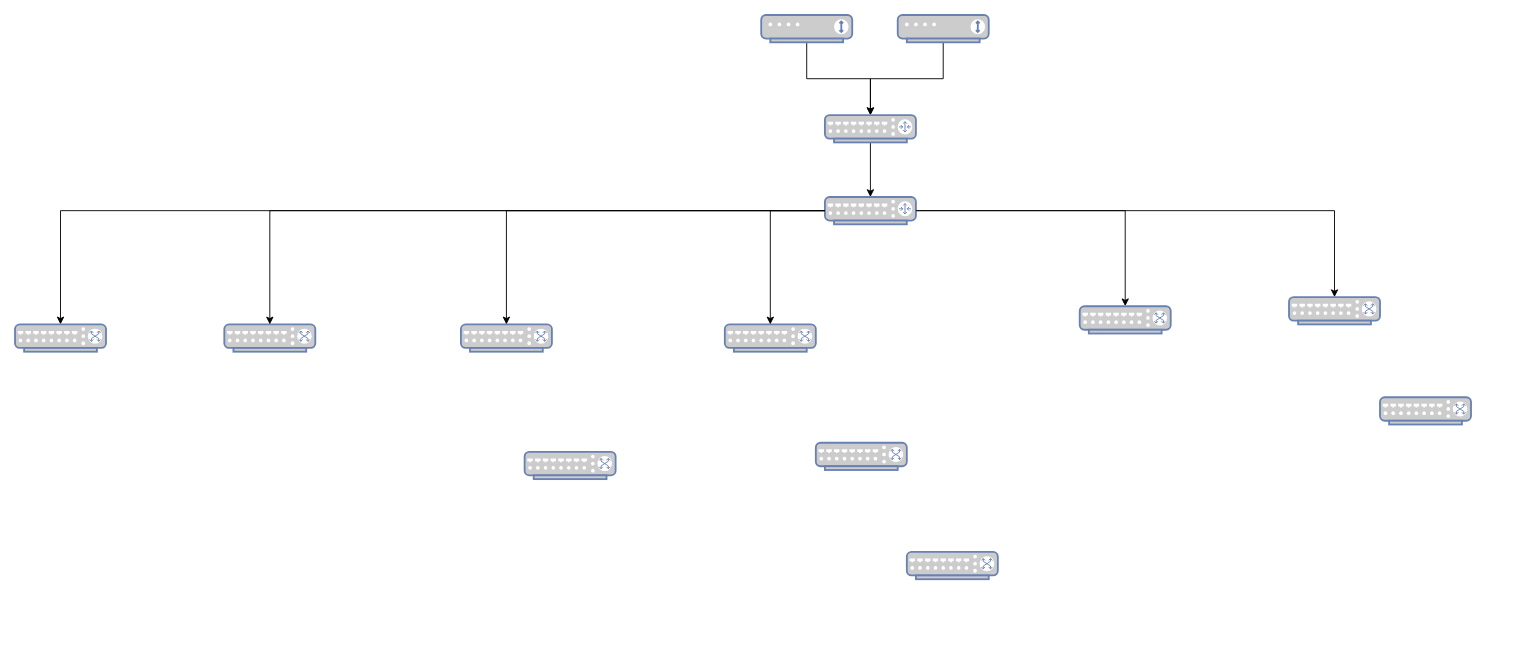
Rizkyhnkw/diagram keeps this draw.io diagram as tes.drawio. Above is the earlier version. Source tidied: cells renumbered, new cells numbered last; positions are measured from the earlier drawing's top-left corner, leaving out a move shared by most shapes. Both pictures are drawn from the tidied source at 91%, with x=0, y=0 at pixel (15, 15).
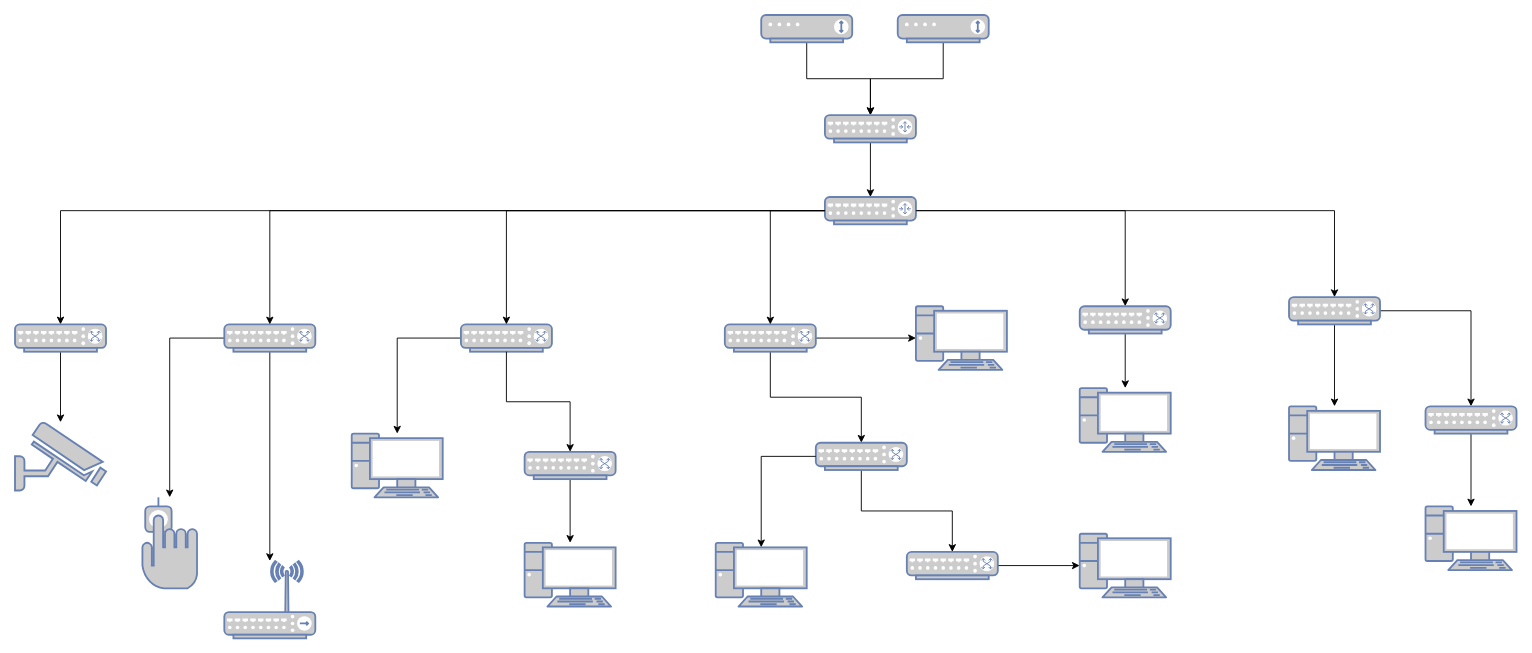
Above is the later version.

Unchanged cells that the change refers to:
```xml
<mxCell id="8" style="fontColor=#0066CC;verticalAlign=top;verticalLabelPosition=bottom;labelPosition=center;align=center;html=1;outlineConnect=0;fillColor=#CCCCCC;strokeColor=#6881B3;gradientColor=none;gradientDirection=north;strokeWidth=2;shape=mxgraph.networks.switch;" parent="1" vertex="1">
  <mxGeometry x="980" y="590" width="100" height="30" as="geometry" />
</mxCell>
<mxCell id="12" style="fontColor=#0066CC;verticalAlign=top;verticalLabelPosition=bottom;labelPosition=center;align=center;html=1;outlineConnect=0;fillColor=#CCCCCC;strokeColor=#6881B3;gradientColor=none;gradientDirection=north;strokeWidth=2;shape=mxgraph.networks.switch;" parent="1" vertex="1">
  <mxGeometry x="1400" y="310" width="100" height="30" as="geometry" />
</mxCell>
<mxCell id="13" style="fontColor=#0066CC;verticalAlign=top;verticalLabelPosition=bottom;labelPosition=center;align=center;html=1;outlineConnect=0;fillColor=#CCCCCC;strokeColor=#6881B3;gradientColor=none;gradientDirection=north;strokeWidth=2;shape=mxgraph.networks.switch;" parent="1" vertex="1">
  <mxGeometry y="340" width="100" height="30" as="geometry" />
</mxCell>
<mxCell id="14" style="fontColor=#0066CC;verticalAlign=top;verticalLabelPosition=bottom;labelPosition=center;align=center;html=1;outlineConnect=0;fillColor=#CCCCCC;strokeColor=#6881B3;gradientColor=none;gradientDirection=north;strokeWidth=2;shape=mxgraph.networks.switch;" parent="1" vertex="1">
  <mxGeometry x="780" y="340" width="100" height="30" as="geometry" />
</mxCell>
<mxCell id="15" style="fontColor=#0066CC;verticalAlign=top;verticalLabelPosition=bottom;labelPosition=center;align=center;html=1;outlineConnect=0;fillColor=#CCCCCC;strokeColor=#6881B3;gradientColor=none;gradientDirection=north;strokeWidth=2;shape=mxgraph.networks.switch;" parent="1" vertex="1">
  <mxGeometry x="1170" y="320" width="100" height="30" as="geometry" />
</mxCell>
<mxCell id="16" style="fontColor=#0066CC;verticalAlign=top;verticalLabelPosition=bottom;labelPosition=center;align=center;html=1;outlineConnect=0;fillColor=#CCCCCC;strokeColor=#6881B3;gradientColor=none;gradientDirection=north;strokeWidth=2;shape=mxgraph.networks.switch;" parent="1" vertex="1">
  <mxGeometry x="490" y="340" width="100" height="30" as="geometry" />
</mxCell>
<mxCell id="17" style="fontColor=#0066CC;verticalAlign=top;verticalLabelPosition=bottom;labelPosition=center;align=center;html=1;outlineConnect=0;fillColor=#CCCCCC;strokeColor=#6881B3;gradientColor=none;gradientDirection=north;strokeWidth=2;shape=mxgraph.networks.switch;" parent="1" vertex="1">
  <mxGeometry x="880" y="470" width="100" height="30" as="geometry" />
</mxCell>
<mxCell id="19" style="fontColor=#0066CC;verticalAlign=top;verticalLabelPosition=bottom;labelPosition=center;align=center;html=1;outlineConnect=0;fillColor=#CCCCCC;strokeColor=#6881B3;gradientColor=none;gradientDirection=north;strokeWidth=2;shape=mxgraph.networks.switch;" parent="1" vertex="1">
  <mxGeometry x="560" y="480" width="100" height="30" as="geometry" />
</mxCell>
<mxCell id="20" style="fontColor=#0066CC;verticalAlign=top;verticalLabelPosition=bottom;labelPosition=center;align=center;html=1;outlineConnect=0;fillColor=#CCCCCC;strokeColor=#6881B3;gradientColor=none;gradientDirection=north;strokeWidth=2;shape=mxgraph.networks.switch;" parent="1" vertex="1">
  <mxGeometry x="230" y="340" width="100" height="30" as="geometry" />
</mxCell>
```

What changed in the source:
```diff
@@
+    <mxCell id="25" style="edgeStyle=orthogonalEdgeStyle;rounded=0;jettySize=auto;html=1;" parent="1" edge="1" source="8" target="44">
+      <mxGeometry relative="1" as="geometry" />
+    </mxCell>
@@
+    <mxCell id="26" style="edgeStyle=orthogonalEdgeStyle;rounded=0;jettySize=auto;html=1;" parent="1" edge="1" source="12" target="46">
+      <mxGeometry relative="1" as="geometry" />
+    </mxCell>
+    <mxCell id="27" style="edgeStyle=orthogonalEdgeStyle;rounded=0;jettySize=auto;html=1;" parent="1" edge="1" source="12" target="18">
+      <mxGeometry relative="1" as="geometry" />
+    </mxCell>
@@
+    <mxCell id="28" style="edgeStyle=orthogonalEdgeStyle;rounded=0;jettySize=auto;html=1;" parent="1" edge="1" source="13" target="48">
+      <mxGeometry relative="1" as="geometry" />
+    </mxCell>
@@
+    <mxCell id="29" style="edgeStyle=orthogonalEdgeStyle;rounded=0;jettySize=auto;html=1;" parent="1" edge="1" source="14" target="41">
+      <mxGeometry relative="1" as="geometry" />
+    </mxCell>
+    <mxCell id="30" style="edgeStyle=orthogonalEdgeStyle;rounded=0;jettySize=auto;html=1;" parent="1" edge="1" source="14" target="17">
+      <mxGeometry relative="1" as="geometry" />
+    </mxCell>
@@
+    <mxCell id="31" style="edgeStyle=orthogonalEdgeStyle;rounded=0;jettySize=auto;html=1;" parent="1" edge="1" source="15" target="45">
+      <mxGeometry relative="1" as="geometry" />
+    </mxCell>
@@
+    <mxCell id="32" style="edgeStyle=orthogonalEdgeStyle;rounded=0;jettySize=auto;html=1;" parent="1" edge="1" source="16" target="38">
+      <mxGeometry relative="1" as="geometry" />
+    </mxCell>
@@
+    <mxCell id="33" style="edgeStyle=orthogonalEdgeStyle;rounded=0;jettySize=auto;html=1;" parent="1" edge="1" source="17" target="8">
+      <mxGeometry relative="1" as="geometry" />
+    </mxCell>
@@
+    <mxCell id="34" style="edgeStyle=orthogonalEdgeStyle;rounded=0;jettySize=auto;html=1;" parent="1" edge="1" source="18" target="47">
+      <mxGeometry relative="1" as="geometry" />
+    </mxCell>
     <mxCell id="18" style="fontColor=#0066CC;verticalAlign=top;verticalLabelPosition=bottom;labelPosition=center;align=center;html=1;outlineConnect=0;fillColor=#CCCCCC;strokeColor=#6881B3;gradientColor=none;gradientDirection=north;strokeWidth=2;shape=mxgraph.networks.switch;" parent="1" vertex="1">
-      <mxGeometry x="1500" y="420" width="100" height="30" as="geometry" />
+      <mxGeometry x="1550" y="430" width="100" height="30" as="geometry" />
     </mxCell>
+    <mxCell id="35" style="edgeStyle=orthogonalEdgeStyle;rounded=0;jettySize=auto;html=1;" parent="1" edge="1" source="19" target="40">
+      <mxGeometry relative="1" as="geometry" />
+    </mxCell>
@@
+    <mxCell id="36" style="edgeStyle=orthogonalEdgeStyle;rounded=0;jettySize=auto;html=1;" parent="1" edge="1" source="20" target="49">
+      <mxGeometry relative="1" as="geometry" />
+    </mxCell>
+    <mxCell id="37" style="edgeStyle=orthogonalEdgeStyle;rounded=0;jettySize=auto;html=1;" parent="1" edge="1" source="20" target="50">
+      <mxGeometry relative="1" as="geometry" />
+    </mxCell>
@@
+    <mxCell id="38" style="fontColor=#0066CC;verticalAlign=top;verticalLabelPosition=bottom;labelPosition=center;align=center;html=1;outlineConnect=0;fillColor=#CCCCCC;strokeColor=#6881B3;gradientColor=none;gradientDirection=north;strokeWidth=2;shape=mxgraph.networks.pc;" parent="1" vertex="1">
+      <mxGeometry x="370" y="460" width="100" height="70" as="geometry" />
+    </mxCell>
+    <mxCell id="39" style="edgeStyle=orthogonalEdgeStyle;rounded=0;jettySize=auto;html=1;entryX=0.5;entryY=0;entryDx=0;entryDy=0;entryPerimeter=0;" parent="1" edge="1" source="16" target="19">
+      <mxGeometry relative="1" as="geometry" />
+    </mxCell>
+    <mxCell id="40" style="fontColor=#0066CC;verticalAlign=top;verticalLabelPosition=bottom;labelPosition=center;align=center;html=1;outlineConnect=0;fillColor=#CCCCCC;strokeColor=#6881B3;gradientColor=none;gradientDirection=north;strokeWidth=2;shape=mxgraph.networks.pc;" parent="1" vertex="1">
+      <mxGeometry x="560" y="580" width="100" height="70" as="geometry" />
+    </mxCell>
+    <mxCell id="41" style="fontColor=#0066CC;verticalAlign=top;verticalLabelPosition=bottom;labelPosition=center;align=center;html=1;outlineConnect=0;fillColor=#CCCCCC;strokeColor=#6881B3;gradientColor=none;gradientDirection=north;strokeWidth=2;shape=mxgraph.networks.pc;" parent="1" vertex="1">
+      <mxGeometry x="990" y="320" width="100" height="70" as="geometry" />
+    </mxCell>
+    <mxCell id="42" style="fontColor=#0066CC;verticalAlign=top;verticalLabelPosition=bottom;labelPosition=center;align=center;html=1;outlineConnect=0;fillColor=#CCCCCC;strokeColor=#6881B3;gradientColor=none;gradientDirection=north;strokeWidth=2;shape=mxgraph.networks.pc;" parent="1" vertex="1">
+      <mxGeometry x="770" y="580" width="100" height="70" as="geometry" />
+    </mxCell>
+    <mxCell id="43" style="edgeStyle=orthogonalEdgeStyle;rounded=0;jettySize=auto;html=1;entryX=0.5;entryY=0.07;entryDx=0;entryDy=0;entryPerimeter=0;" parent="1" edge="1" source="17" target="42">
+      <mxGeometry relative="1" as="geometry" />
+    </mxCell>
+    <mxCell id="44" style="fontColor=#0066CC;verticalAlign=top;verticalLabelPosition=bottom;labelPosition=center;align=center;html=1;outlineConnect=0;fillColor=#CCCCCC;strokeColor=#6881B3;gradientColor=none;gradientDirection=north;strokeWidth=2;shape=mxgraph.networks.pc;" parent="1" vertex="1">
+      <mxGeometry x="1170" y="570" width="100" height="70" as="geometry" />
+    </mxCell>
+    <mxCell id="45" style="fontColor=#0066CC;verticalAlign=top;verticalLabelPosition=bottom;labelPosition=center;align=center;html=1;outlineConnect=0;fillColor=#CCCCCC;strokeColor=#6881B3;gradientColor=none;gradientDirection=north;strokeWidth=2;shape=mxgraph.networks.pc;" parent="1" vertex="1">
+      <mxGeometry x="1170" y="410" width="100" height="70" as="geometry" />
+    </mxCell>
+    <mxCell id="46" style="fontColor=#0066CC;verticalAlign=top;verticalLabelPosition=bottom;labelPosition=center;align=center;html=1;outlineConnect=0;fillColor=#CCCCCC;strokeColor=#6881B3;gradientColor=none;gradientDirection=north;strokeWidth=2;shape=mxgraph.networks.pc;" parent="1" vertex="1">
+      <mxGeometry x="1400" y="430" width="100" height="70" as="geometry" />
+    </mxCell>
+    <mxCell id="47" style="fontColor=#0066CC;verticalAlign=top;verticalLabelPosition=bottom;labelPosition=center;align=center;html=1;outlineConnect=0;fillColor=#CCCCCC;strokeColor=#6881B3;gradientColor=none;gradientDirection=north;strokeWidth=2;shape=mxgraph.networks.pc;" parent="1" vertex="1">
+      <mxGeometry x="1550" y="540" width="100" height="70" as="geometry" />
+    </mxCell>
+    <mxCell id="48" style="fontColor=#0066CC;verticalAlign=top;verticalLabelPosition=bottom;labelPosition=center;align=center;html=1;outlineConnect=0;fillColor=#CCCCCC;strokeColor=#6881B3;gradientColor=none;gradientDirection=north;strokeWidth=2;shape=mxgraph.networks.security_camera;" parent="1" vertex="1">
+      <mxGeometry y="447.5" width="100" height="75" as="geometry" />
+    </mxCell>
+    <mxCell id="49" style="fontColor=#0066CC;verticalAlign=top;verticalLabelPosition=bottom;labelPosition=center;align=center;html=1;outlineConnect=0;fillColor=#CCCCCC;strokeColor=#6881B3;gradientColor=none;gradientDirection=north;strokeWidth=2;shape=mxgraph.networks.biometric_reader;" parent="1" vertex="1">
+      <mxGeometry x="140" y="530" width="60" height="100" as="geometry" />
+    </mxCell>
+    <mxCell id="50" style="fontColor=#0066CC;verticalAlign=top;verticalLabelPosition=bottom;labelPosition=center;align=center;html=1;outlineConnect=0;fillColor=#CCCCCC;strokeColor=#6881B3;gradientColor=none;gradientDirection=north;strokeWidth=2;shape=mxgraph.networks.wireless_hub;" parent="1" vertex="1">
+      <mxGeometry x="230" y="600" width="100" height="85" as="geometry" />
+    </mxCell>
```
